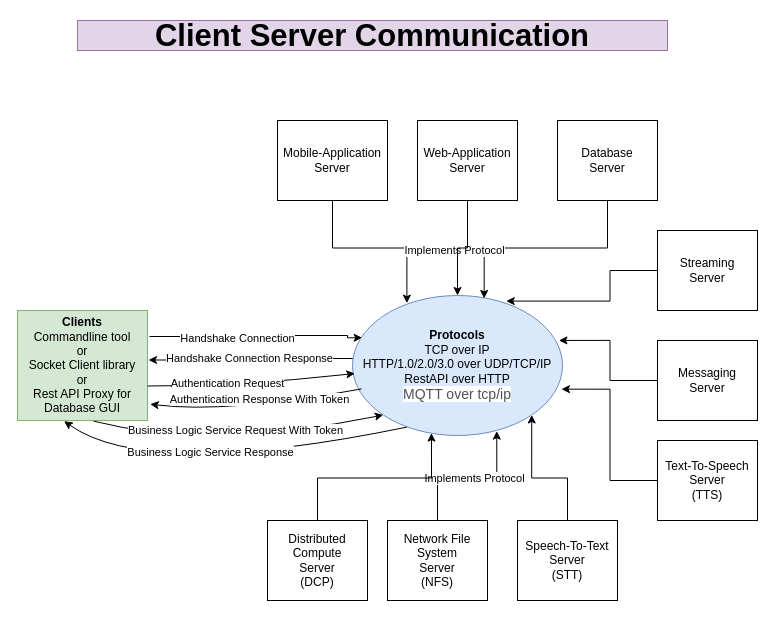
The draw.io diagram ClientServerCommunication.drawio in rishant/system-design-architecture, before the edit. Source tidied: cells renumbered, new cells numbered last; positions are measured from the earlier drawing's top-left corner, leaving out a move shared by most shapes. Both pictures are drawn from the tidied source at 100%, with x=0, y=0 at pixel (17, 20).
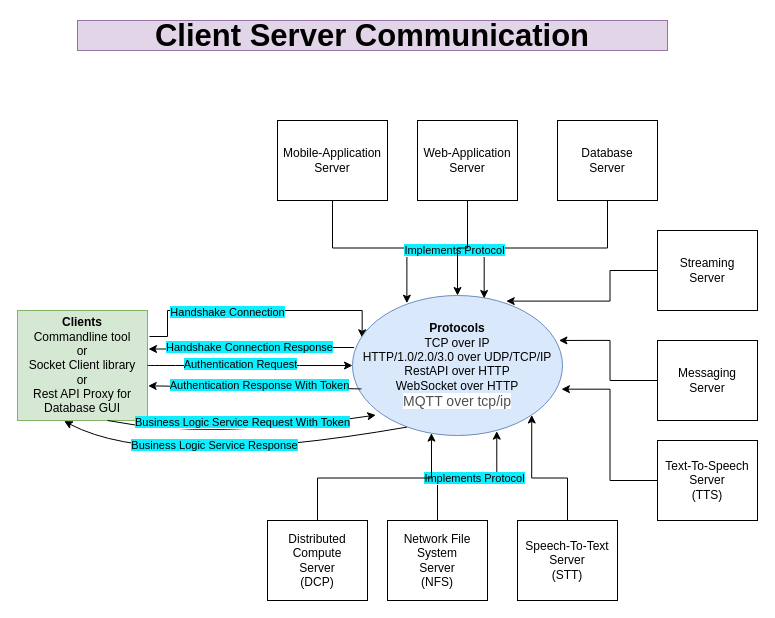
The same page after the edit.

The change refers to these unchanged cells:
```xml
<mxCell id="4" value="&lt;b&gt;Clients&lt;/b&gt;&lt;br&gt;Commandline tool&lt;br&gt;or&lt;br&gt;Socket Client library&lt;br&gt;or&lt;br&gt;Rest API Proxy for Database GUI" style="rounded=0;whiteSpace=wrap;html=1;fillColor=#d5e8d4;strokeColor=#82b366;" parent="1" vertex="1">
  <mxGeometry y="290" width="130" height="110" as="geometry" />
</mxCell>
<mxCell id="10" style="edgeStyle=orthogonalEdgeStyle;rounded=0;jettySize=auto;html=1;entryX=0.259;entryY=0.055;entryDx=0;entryDy=0;entryPerimeter=0;" parent="1" edge="1" source="12" target="7">
  <mxGeometry relative="1" as="geometry" />
</mxCell>
<mxCell id="23" style="edgeStyle=orthogonalEdgeStyle;rounded=0;jettySize=auto;html=1;entryX=0.687;entryY=0.969;entryDx=0;entryDy=0;entryPerimeter=0;" parent="1" edge="1" source="26" target="7">
  <mxGeometry relative="1" as="geometry" />
</mxCell>
```

The edit, as a diff of the source:
```diff
@@
     <mxCell id="2" style="edgeStyle=orthogonalEdgeStyle;rounded=0;jettySize=auto;html=1;entryX=0.046;entryY=0.302;entryDx=0;entryDy=0;entryPerimeter=0;" parent="1" edge="1" target="7">
       <mxGeometry relative="1" as="geometry">
         <mxPoint x="132" y="316" as="sourcePoint" />
         <Array as="points">
-          <mxPoint x="272" y="316" />
-          <mxPoint x="272" y="315" />
-          <mxPoint x="330" y="315" />
-          <mxPoint x="330" y="317" />
+          <mxPoint x="150" y="316" />
+          <mxPoint x="150" y="290" />
+          <mxPoint x="345" y="290" />
         </Array>
       </mxGeometry>
     </mxCell>
-    <mxCell id="3" value="Handshake Connection" style="edgeLabel;html=1;align=center;verticalAlign=middle;" parent="2" vertex="1">
+    <mxCell id="3" value="&lt;span style=&quot;background-color: rgb(13 , 239 , 255)&quot;&gt;Handshake Connection&lt;/span&gt;" style="edgeLabel;html=1;align=center;verticalAlign=middle;" parent="2" vertex="1">
       <mxGeometry x="-0.35" y="-1" relative="1" as="geometry">
         <mxPoint x="17" as="offset" />
       </mxGeometry>
     </mxCell>
@@
     <mxCell id="5" style="edgeStyle=orthogonalEdgeStyle;rounded=0;orthogonalLoop=1;jettySize=auto;html=1;entryX=1;entryY=0.75;entryDx=0;entryDy=0;exitX=0.003;exitY=0.38;exitDx=0;exitDy=0;exitPerimeter=0;" parent="1" edge="1">
       <mxGeometry relative="1" as="geometry">
-        <mxPoint x="336.6" y="338" as="sourcePoint" />
-        <mxPoint x="131" y="339.5" as="targetPoint" />
+        <mxPoint x="336.6" y="327" as="sourcePoint" />
+        <mxPoint x="131" y="328.5" as="targetPoint" />
         <Array as="points">
-          <mxPoint x="201" y="338" />
-          <mxPoint x="201" y="340" />
+          <mxPoint x="201" y="327" />
+          <mxPoint x="201" y="329" />
         </Array>
       </mxGeometry>
     </mxCell>
-    <mxCell id="6" value="Handshake Connection Response" style="edgeLabel;html=1;align=center;verticalAlign=middle;" parent="5" vertex="1">
+    <mxCell id="6" value="&lt;span style=&quot;background-color: rgb(13 , 239 , 255)&quot;&gt;Handshake Connection Response&lt;/span&gt;" style="edgeLabel;html=1;align=center;verticalAlign=middle;" parent="5" vertex="1">
       <mxGeometry x="0.29" y="-1" relative="1" as="geometry">
         <mxPoint x="29" as="offset" />
       </mxGeometry>
     </mxCell>
-    <mxCell id="7" value="&lt;span&gt;&lt;b&gt;Protocols&lt;/b&gt;&lt;/span&gt;&lt;br&gt;&lt;span&gt;TCP over IP&lt;/span&gt;&lt;br&gt;&lt;span&gt;HTTP/1.0/2.0/3.0 over UDP/TCP/IP&lt;/span&gt;&lt;br&gt;&lt;span&gt;RestAPI over HTTP&lt;br&gt;&lt;/span&gt;&lt;span style=&quot;color: rgb(77 , 81 , 86) ; font-family: &amp;#34;arial&amp;#34; , sans-serif ; font-size: 14px ; text-align: left ; background-color: rgb(255 , 255 , 255)&quot;&gt;MQTT over tcp/ip&lt;/span&gt;&lt;span&gt;&lt;br&gt;&lt;/span&gt;" style="ellipse;whiteSpace=wrap;html=1;fillColor=#dae8fc;strokeColor=#6c8ebf;" parent="1" vertex="1">
+    <mxCell id="7" value="&lt;span&gt;&lt;b&gt;Protocols&lt;/b&gt;&lt;/span&gt;&lt;br&gt;&lt;span&gt;TCP over IP&lt;/span&gt;&lt;br&gt;&lt;span&gt;HTTP/1.0/2.0/3.0 over UDP/TCP/IP&lt;/span&gt;&lt;br&gt;&lt;span&gt;RestAPI over HTTP&lt;br&gt;WebSocket over HTTP&lt;br&gt;&lt;/span&gt;&lt;span style=&quot;color: rgb(77 , 81 , 86) ; font-family: &amp;#34;arial&amp;#34; , sans-serif ; font-size: 14px ; text-align: left ; background-color: rgb(255 , 255 , 255)&quot;&gt;MQTT over tcp/ip&lt;/span&gt;&lt;span&gt;&lt;br&gt;&lt;/span&gt;" style="ellipse;whiteSpace=wrap;html=1;fillColor=#dae8fc;strokeColor=#6c8ebf;" parent="1" vertex="1">
       <mxGeometry x="335" y="275" width="210" height="140" as="geometry" />
     </mxCell>
@@
-    <mxCell id="11" value="Implements Protocol" style="edgeLabel;html=1;align=center;verticalAlign=middle;" parent="10" vertex="1">
+    <mxCell id="11" value="&lt;span style=&quot;background-color: rgb(13 , 239 , 255)&quot;&gt;Implements Protocol&lt;/span&gt;" style="edgeLabel;html=1;align=center;verticalAlign=middle;" parent="10" vertex="1">
       <mxGeometry x="0.1" y="-2" relative="1" as="geometry">
         <mxPoint x="72" as="offset" />
       </mxGeometry>
     </mxCell>
@@
-    <mxCell id="25" value="Implements Protocol" style="edgeLabel;html=1;align=center;verticalAlign=middle;" parent="23" vertex="1">
+    <mxCell id="25" value="&lt;span style=&quot;background-color: rgb(13 , 239 , 255)&quot;&gt;Implements Protocol&lt;/span&gt;" style="edgeLabel;html=1;align=center;verticalAlign=middle;" parent="23" vertex="1">
       <mxGeometry x="-0.5" relative="1" as="geometry">
         <mxPoint x="36" y="-6" as="offset" />
       </mxGeometry>
     </mxCell>
@@
-    <mxCell id="29" style="curved=1;endArrow=classic;html=1;rounded=0;exitX=1;exitY=0.75;exitDx=0;exitDy=0;entryX=0.011;entryY=0.607;entryDx=0;entryDy=0;entryPerimeter=0;" parent="1" edge="1">
-      <mxGeometry relative="1" as="geometry">
-        <mxPoint x="130" y="365.5" as="sourcePoint" />
-        <mxPoint x="337.3" y="353" as="targetPoint" />
-        <Array as="points">
-          <mxPoint x="220" y="366" />
-        </Array>
-      </mxGeometry>
+    <mxCell id="29" style="curved=1;endArrow=classic;html=1;rounded=0;exitX=1;exitY=0.5;exitDx=0;exitDy=0;entryX=0;entryY=0.5;entryDx=0;entryDy=0;" parent="1" edge="1" source="4" target="7">
+      <mxGeometry relative="1" as="geometry" />
     </mxCell>
-    <mxCell id="30" value="Authentication Request" style="edgeLabel;html=1;align=center;verticalAlign=middle;" parent="29" vertex="1">
+    <mxCell id="30" value="&lt;span style=&quot;background-color: rgb(13 , 239 , 255)&quot;&gt;Authentication Request&lt;/span&gt;" style="edgeLabel;html=1;align=center;verticalAlign=middle;" parent="29" vertex="1">
       <mxGeometry x="-0.28" y="-1" relative="1" as="geometry">
-        <mxPoint x="5" y="-4" as="offset" />
+        <mxPoint x="18" y="-3" as="offset" />
       </mxGeometry>
     </mxCell>
-    <mxCell id="31" style="curved=1;endArrow=classic;html=1;rounded=0;exitX=0.043;exitY=0.717;exitDx=0;exitDy=0;exitPerimeter=0;entryX=1.021;entryY=0.915;entryDx=0;entryDy=0;entryPerimeter=0;" parent="1" edge="1">
+    <mxCell id="31" style="curved=1;endArrow=classic;html=1;rounded=0;exitX=0.043;exitY=0.717;exitDx=0;exitDy=0;exitPerimeter=0;entryX=1.005;entryY=0.685;entryDx=0;entryDy=0;entryPerimeter=0;" parent="1" edge="1" target="4">
       <mxGeometry relative="1" as="geometry">
         <mxPoint x="344" y="368.4" as="sourcePoint" />
-        <mxPoint x="132.7" y="383.7" as="targetPoint" />
-        <Array as="points">
-          <mxPoint x="210" y="393" />
-        </Array>
       </mxGeometry>
     </mxCell>
-    <mxCell id="32" value="Authentication Response With Token" style="edgeLabel;html=1;align=center;verticalAlign=middle;" parent="31" vertex="1">
+    <mxCell id="32" value="&lt;span style=&quot;background-color: rgb(13 , 239 , 255)&quot;&gt;Authentication Response With Token&lt;/span&gt;" style="edgeLabel;html=1;align=center;verticalAlign=middle;" parent="31" vertex="1">
       <mxGeometry x="0.06" y="-8" relative="1" as="geometry">
-        <mxPoint x="10" y="-2" as="offset" />
+        <mxPoint x="10" y="6" as="offset" />
       </mxGeometry>
     </mxCell>
-    <mxCell id="33" style="curved=1;endArrow=classic;html=1;rounded=0;exitX=0.585;exitY=1.006;exitDx=0;exitDy=0;exitPerimeter=0;entryX=0;entryY=1;entryDx=0;entryDy=0;" parent="1" edge="1" source="4" target="7">
+    <mxCell id="33" style="curved=1;endArrow=classic;html=1;rounded=0;exitX=0.75;exitY=1;exitDx=0;exitDy=0;entryX=0;entryY=1;entryDx=0;entryDy=0;" parent="1" edge="1">
       <mxGeometry relative="1" as="geometry">
+        <mxPoint x="90" y="400" as="sourcePoint" />
+        <mxPoint x="358.3" y="394.5" as="targetPoint" />
         <Array as="points">
-          <mxPoint x="190" y="430" />
+          <mxPoint x="192.5" y="420" />
         </Array>
       </mxGeometry>
     </mxCell>
-    <mxCell id="34" value="Business Logic Service Request With Token" style="edgeLabel;html=1;align=center;verticalAlign=middle;" parent="33" vertex="1">
+    <mxCell id="34" value="&lt;span style=&quot;background-color: rgb(13 , 239 , 255)&quot;&gt;Business Logic Service Request With Token&lt;/span&gt;" style="edgeLabel;html=1;align=center;verticalAlign=middle;" parent="33" vertex="1">
       <mxGeometry x="-0.33" y="11" relative="1" as="geometry">
         <mxPoint x="43" y="-5" as="offset" />
       </mxGeometry>
     </mxCell>
     <mxCell id="35" style="curved=1;endArrow=classic;html=1;rounded=0;exitX=0.259;exitY=0.94;exitDx=0;exitDy=0;exitPerimeter=0;entryX=0.359;entryY=1.006;entryDx=0;entryDy=0;entryPerimeter=0;" parent="1" edge="1" source="7" target="4">
       <mxGeometry relative="1" as="geometry">
         <Array as="points">
-          <mxPoint x="130" y="460" />
+          <mxPoint x="140" y="450" />
         </Array>
       </mxGeometry>
     </mxCell>
-    <mxCell id="36" value="Business Logic Service Response" style="edgeLabel;html=1;align=center;verticalAlign=middle;" parent="35" vertex="1">
+    <mxCell id="36" value="&lt;span style=&quot;background-color: rgb(13 , 239 , 255)&quot;&gt;Business Logic Service Response&lt;/span&gt;" style="edgeLabel;html=1;align=center;verticalAlign=middle;" parent="35" vertex="1">
       <mxGeometry x="0.21" y="-14" relative="1" as="geometry">
         <mxPoint x="23" y="-6" as="offset" />
       </mxGeometry>
     </mxCell>
```
